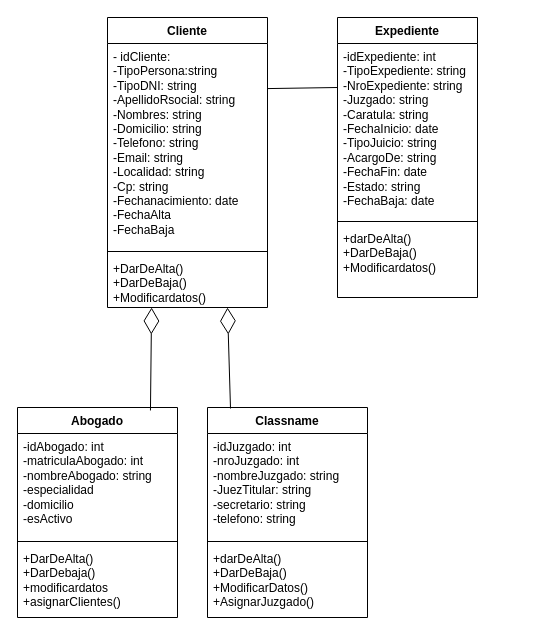
OrianaLapenta/gato keeps this draw.io diagram as Diagrama sin título.drawio. Above is the earlier version. Source tidied: cells renumbered, new cells numbered last; positions are measured from the earlier drawing's top-left corner, leaving out a move shared by most shapes. Both pictures are drawn from the tidied source at 100%, with x=0, y=0 at pixel (17, 17).
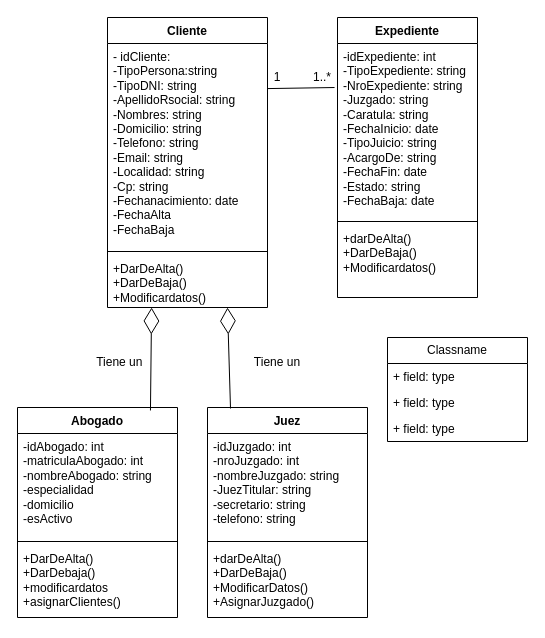
Above is the later version.

Commit message:
Diagrama de clases 2

Unchanged cells that the change refers to:
```xml
<mxCell id="3" value="&lt;div&gt;- idCliente:&lt;/div&gt;&lt;div&gt;-TipoPersona:string&amp;nbsp;&lt;/div&gt;&lt;div&gt;-TipoDNI: string&amp;nbsp;&lt;/div&gt;&lt;div&gt;-ApellidoRsocial: string&lt;/div&gt;&lt;div&gt;-Nombres: string&lt;/div&gt;&lt;div&gt;-Domicilio: string&lt;/div&gt;&lt;div&gt;-Telefono: string&lt;/div&gt;&lt;div&gt;-Email: string&lt;/div&gt;&lt;div&gt;-Localidad: string&lt;/div&gt;&lt;div&gt;-Cp: string&lt;/div&gt;&lt;div&gt;-Fechanacimiento: date&lt;/div&gt;&lt;div&gt;-FechaAlta&lt;/div&gt;&lt;div&gt;-FechaBaja&lt;/div&gt;&lt;div&gt;&lt;br&gt;&lt;/div&gt;&lt;div&gt;&lt;br&gt;&lt;/div&gt;&lt;div&gt;&lt;br&gt;&lt;/div&gt;&lt;div&gt;&lt;br&gt;&lt;/div&gt;" style="text;strokeColor=none;fillColor=none;align=left;verticalAlign=top;spacingLeft=4;spacingRight=4;overflow=hidden;points=[[0,0.5],[1,0.5]];portConstraint=eastwest;whiteSpace=wrap;html=1;" parent="2" vertex="1">
  <mxGeometry y="26" width="160" height="204" as="geometry" />
</mxCell>
<mxCell id="15" value="&lt;div&gt;-idExpediente: int&lt;/div&gt;&lt;div&gt;-TipoExpediente: string&lt;/div&gt;&lt;div&gt;-NroExpediente: string&lt;/div&gt;&lt;div&gt;-Juzgado: string&lt;/div&gt;&lt;div&gt;-Caratula: string&lt;/div&gt;&lt;div&gt;-FechaInicio: date&lt;/div&gt;&lt;div&gt;-TipoJuicio: string&lt;/div&gt;&lt;div&gt;-AcargoDe: string&lt;/div&gt;&lt;div&gt;-FechaFin: date&lt;/div&gt;&lt;div&gt;-Estado: string&lt;/div&gt;&lt;div&gt;-FechaBaja: date&lt;/div&gt;" style="text;strokeColor=none;fillColor=none;align=left;verticalAlign=top;spacingLeft=4;spacingRight=4;overflow=hidden;points=[[0,0.5],[1,0.5]];portConstraint=eastwest;whiteSpace=wrap;html=1;" parent="14" vertex="1">
  <mxGeometry y="26" width="140" height="174" as="geometry" />
</mxCell>
```

The edit, as a diff of the source:
```diff
@@
-    <mxCell id="10" value="Classname" style="swimlane;fontStyle=1;align=center;verticalAlign=top;horizontal=1;startSize=26;whiteSpace=wrap;html=1;" parent="1" vertex="1">
+    <mxCell id="10" value="Juez" style="swimlane;fontStyle=1;align=center;verticalAlign=top;horizontal=1;startSize=26;whiteSpace=wrap;html=1;" parent="1" vertex="1">
       <mxGeometry x="190" y="390" width="160" height="210" as="geometry" />
     </mxCell>
@@
-    <mxCell id="18" style="endArrow=none;html=1;rounded=0;exitX=1;exitY=0.221;exitDx=0;exitDy=0;exitPerimeter=0;" parent="1" edge="1" source="3">
-      <mxGeometry relative="1" as="geometry">
-        <mxPoint x="320" y="70" as="targetPoint" />
-      </mxGeometry>
+    <mxCell id="18" style="endArrow=none;html=1;rounded=0;exitX=1;exitY=0.221;exitDx=0;exitDy=0;exitPerimeter=0;entryX=-0.021;entryY=0.253;entryDx=0;entryDy=0;entryPerimeter=0;" parent="1" edge="1" source="3" target="15">
+      <mxGeometry relative="1" as="geometry" />
     </mxCell>
@@
+    <mxCell id="21" value="Tiene un&amp;nbsp;" style="text;html=1;whiteSpace=wrap;strokeColor=none;fillColor=none;align=center;verticalAlign=middle;rounded=0;" parent="1" vertex="1">
+      <mxGeometry x="34" y="330" width="140" height="30" as="geometry" />
+    </mxCell>
+    <mxCell id="22" value="Tiene un" style="text;html=1;whiteSpace=wrap;strokeColor=none;fillColor=none;align=center;verticalAlign=middle;rounded=0;" parent="1" vertex="1">
+      <mxGeometry x="230" y="330" width="60" height="30" as="geometry" />
+    </mxCell>
+    <mxCell id="23" value="1..*" style="text;html=1;whiteSpace=wrap;strokeColor=none;fillColor=none;align=center;verticalAlign=middle;rounded=0;" parent="1" vertex="1">
+      <mxGeometry x="290" y="50" width="30" height="20" as="geometry" />
+    </mxCell>
+    <mxCell id="24" value="1" style="text;html=1;whiteSpace=wrap;strokeColor=none;fillColor=none;align=center;verticalAlign=middle;rounded=0;" parent="1" vertex="1">
+      <mxGeometry x="245" y="50" width="30" height="20" as="geometry" />
+    </mxCell>
+    <mxCell id="25" value="Classname" style="swimlane;fontStyle=0;horizontal=1;startSize=26;fillColor=none;whiteSpace=wrap;html=1;" parent="1" vertex="1">
+      <mxGeometry x="370" y="320" width="140" height="104" as="geometry" />
+    </mxCell>
+    <mxCell id="26" value="+ field: type" style="text;strokeColor=none;fillColor=none;align=left;verticalAlign=top;spacingLeft=4;spacingRight=4;overflow=hidden;whiteSpace=wrap;html=1;" parent="25" vertex="1">
+      <mxGeometry y="26" width="140" height="26" as="geometry" />
+    </mxCell>
+    <mxCell id="27" value="+ field: type" style="text;strokeColor=none;fillColor=none;align=left;verticalAlign=top;spacingLeft=4;spacingRight=4;overflow=hidden;whiteSpace=wrap;html=1;" parent="25" vertex="1">
+      <mxGeometry y="52" width="140" height="26" as="geometry" />
+    </mxCell>
+    <mxCell id="28" value="+ field: type" style="text;strokeColor=none;fillColor=none;align=left;verticalAlign=top;spacingLeft=4;spacingRight=4;overflow=hidden;whiteSpace=wrap;html=1;" parent="25" vertex="1">
+      <mxGeometry y="78" width="140" height="26" as="geometry" />
+    </mxCell>
```
